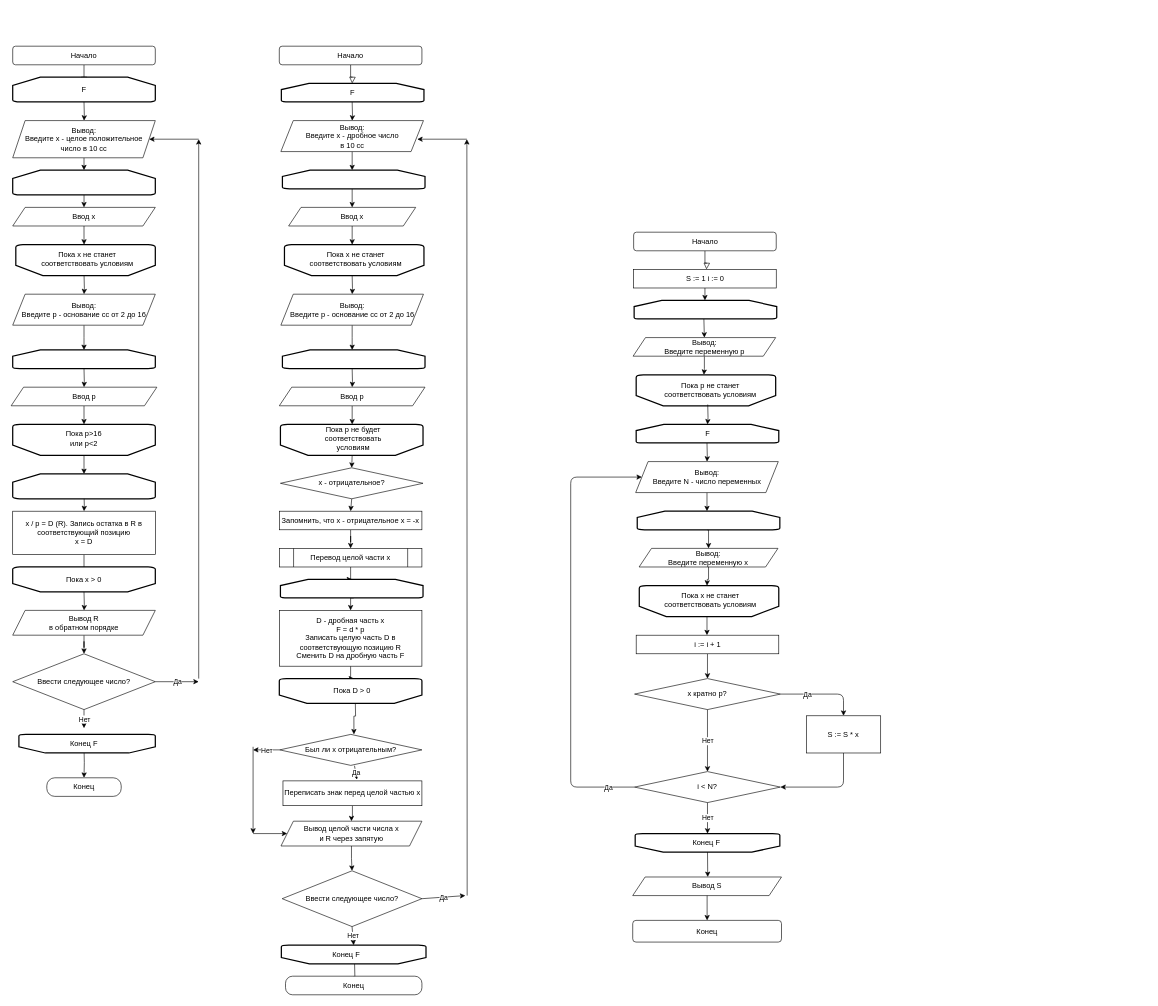
Before: Untitled Diagram.drawio in FreemanBel/inviter, a draw.io diagram. Source tidied: cells renumbered, new cells numbered last; positions are measured from the earlier drawing's top-left corner, leaving out a move shared by most shapes. Both pictures are drawn from the tidied source at 62%, with x=0, y=0 at pixel (11, 46).
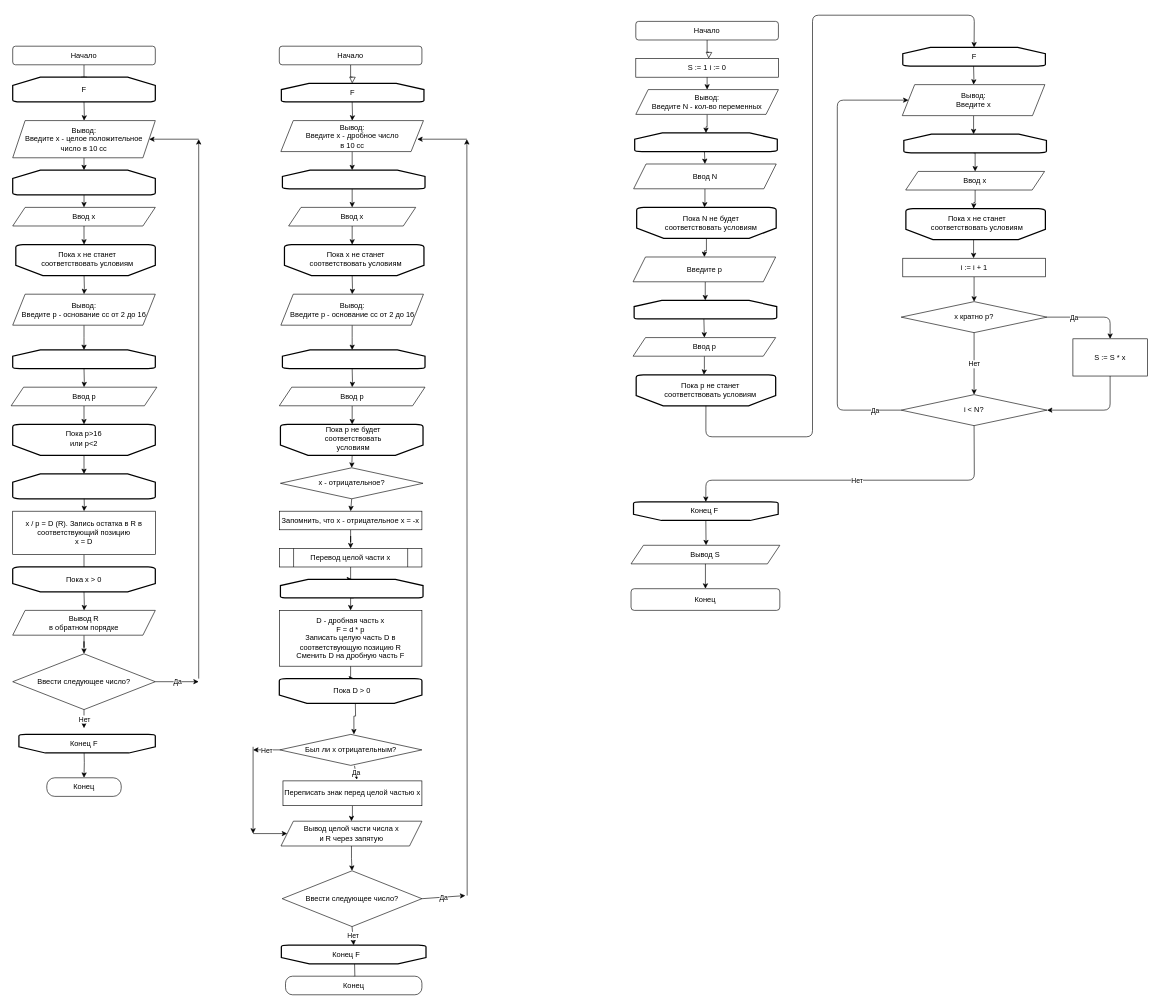
The same diagram, later.

Unchanged cells that the change refers to:
```xml
<mxCell id="119" style="strokeWidth=2;html=1;shape=mxgraph.flowchart.loop_limit;whiteSpace=wrap;" parent="1" vertex="1">
  <mxGeometry x="1004.3" y="410" width="230" height="30" as="geometry" />
</mxCell>
<mxCell id="120" style="strokeWidth=2;html=1;shape=mxgraph.flowchart.loop_limit;whiteSpace=wrap;rotation=-180;" parent="1" vertex="1">
  <mxGeometry x="1007.6" y="530" width="225" height="50" as="geometry" />
</mxCell>
```

The edit, as a diff of the source:
```diff
@@
     <mxCell id="101" style="rounded=0;html=1;jettySize=auto;fontSize=11;endArrow=block;endFill=0;endSize=8;strokeWidth=1;shadow=0;labelBackgroundColor=none;edgeStyle=orthogonalEdgeStyle;entryX=0.5;entryY=0;entryDx=0;entryDy=0;" parent="1" edge="1" source="102">
       <mxGeometry relative="1" as="geometry">
-        <mxPoint x="1121" y="360" as="targetPoint" />
+        <mxPoint x="1124.5" y="20" as="targetPoint" />
       </mxGeometry>
     </mxCell>
     <mxCell id="102" value="Начало" style="rounded=1;whiteSpace=wrap;html=1;fontSize=12;glass=0;strokeWidth=1;shadow=0;" parent="1" vertex="1">
-      <mxGeometry x="1003.5" y="300" width="230" height="30" as="geometry" />
+      <mxGeometry x="1007" y="-40" width="230" height="30" as="geometry" />
     </mxCell>
     <mxCell id="103" style="edgeStyle=orthogonalEdgeStyle;rounded=0;jettySize=auto;html=1;" parent="1" edge="1" target="109">
       <mxGeometry relative="1" as="geometry">
-        <mxPoint x="1121.8" y="640" as="sourcePoint" />
+        <mxPoint x="1551.8" y="32" as="sourcePoint" />
       </mxGeometry>
     </mxCell>
     <mxCell id="104" style="edgeStyle=orthogonalEdgeStyle;rounded=0;jettySize=auto;html=1;entryX=0.5;entryY=0;entryDx=0;entryDy=0;" parent="1" edge="1" target="106">
       <mxGeometry relative="1" as="geometry">
-        <mxPoint x="1121.8" y="780" as="sourcePoint" />
+        <mxPoint x="1551.8" y="172" as="sourcePoint" />
       </mxGeometry>
     </mxCell>
     <mxCell id="105" style="edgeStyle=orthogonalEdgeStyle;rounded=0;jettySize=auto;html=1;" parent="1" edge="1" source="106">
       <mxGeometry relative="1" as="geometry">
-        <mxPoint x="1121.8" y="870" as="targetPoint" />
+        <mxPoint x="1551.8" y="262" as="targetPoint" />
       </mxGeometry>
     </mxCell>
-    <mxCell id="106" value="Вывод:&lt;br&gt;Введите переменную x" style="shape=parallelogram;perimeter=parallelogramPerimeter;whiteSpace=wrap;html=1;fixedSize=1;" parent="1" vertex="1">
-      <mxGeometry x="1012.3" y="810" width="224" height="30" as="geometry" />
+    <mxCell id="106" value="Ввод x" style="shape=parallelogram;perimeter=parallelogramPerimeter;whiteSpace=wrap;html=1;fixedSize=1;" parent="1" vertex="1">
+      <mxGeometry x="1442.3" y="202" width="224" height="30" as="geometry" />
     </mxCell>
     <mxCell id="107" style="edgeStyle=orthogonalEdgeStyle;rounded=0;orthogonalLoop=1;jettySize=auto;html=1;" parent="1" edge="1">
       <mxGeometry relative="1" as="geometry">
-        <mxPoint x="1121.8" y="920" as="sourcePoint" />
-        <mxPoint x="1121.8" y="950" as="targetPoint" />
+        <mxPoint x="1551.8" y="312" as="sourcePoint" />
+        <mxPoint x="1551.8" y="342" as="targetPoint" />
       </mxGeometry>
     </mxCell>
     <mxCell id="108" style="edgeStyle=orthogonalEdgeStyle;rounded=0;jettySize=auto;html=1;entryX=0.5;entryY=0;entryDx=0;entryDy=0;" parent="1" edge="1" source="109">
       <mxGeometry relative="1" as="geometry">
-        <mxPoint x="1121.8" y="750" as="targetPoint" />
+        <mxPoint x="1551.8" y="142" as="targetPoint" />
       </mxGeometry>
     </mxCell>
-    <mxCell id="109" value="Вывод:&lt;br&gt;&lt;div&gt;Введите N - число переменных&lt;br&gt;&lt;/div&gt;" style="shape=parallelogram;perimeter=parallelogramPerimeter;whiteSpace=wrap;html=1;fixedSize=1;" parent="1" vertex="1">
-      <mxGeometry x="1006.8" y="670" width="230" height="50" as="geometry" />
+    <mxCell id="109" value="Вывод:&lt;br&gt;&lt;div&gt;Введите x&lt;br&gt;&lt;/div&gt;" style="shape=parallelogram;perimeter=parallelogramPerimeter;whiteSpace=wrap;html=1;fixedSize=1;" parent="1" vertex="1">
+      <mxGeometry x="1436.8" y="62" width="230" height="50" as="geometry" />
     </mxCell>
     <mxCell id="110" value="F" style="strokeWidth=2;html=1;shape=mxgraph.flowchart.loop_limit;whiteSpace=wrap;" parent="1" vertex="1">
-      <mxGeometry x="1007.6" y="610" width="230" height="30" as="geometry" />
+      <mxGeometry x="1437.6" y="2" width="230" height="30" as="geometry" />
     </mxCell>
     <mxCell id="111" style="strokeWidth=2;html=1;shape=mxgraph.flowchart.loop_limit;whiteSpace=wrap;" parent="1" vertex="1">
-      <mxGeometry x="1009.3" y="750" width="230" height="30" as="geometry" />
+      <mxGeometry x="1439.3" y="142" width="230" height="30" as="geometry" />
     </mxCell>
     <mxCell id="112" style="strokeWidth=2;html=1;shape=mxgraph.flowchart.loop_limit;whiteSpace=wrap;rotation=-180;" parent="1" vertex="1">
-      <mxGeometry x="1012.6" y="870" width="225" height="50" as="geometry" />
+      <mxGeometry x="1442.6" y="262" width="225" height="50" as="geometry" />
     </mxCell>
     <mxCell id="113" value="Пока x не станет соответствовать условиям" style="text;html=1;strokeColor=none;fillColor=none;align=center;verticalAlign=middle;whiteSpace=wrap;rounded=0;" parent="1" vertex="1">
-      <mxGeometry x="1045.1" y="870" width="165" height="45" as="geometry" />
+      <mxGeometry x="1475.1" y="262" width="165" height="45" as="geometry" />
     </mxCell>
-    <mxCell id="114" style="edgeStyle=orthogonalEdgeStyle;rounded=0;jettySize=auto;html=1;" parent="1" edge="1" source="115" target="119">
+    <mxCell id="114" style="edgeStyle=orthogonalEdgeStyle;rounded=0;jettySize=auto;html=1;" parent="1" edge="1" source="150" target="119">
       <mxGeometry relative="1" as="geometry">
         <Array as="points">
           <mxPoint x="1119" y="400" />
           <mxPoint x="1119" y="400" />
         </Array>
       </mxGeometry>
     </mxCell>
     <mxCell id="115" value="S := 1 i := 0" style="rounded=0;whiteSpace=wrap;html=1;" parent="1" vertex="1">
-      <mxGeometry x="1003.5" y="360" width="230" height="30" as="geometry" />
+      <mxGeometry x="1007" y="20" width="230" height="30" as="geometry" />
     </mxCell>
@@
-    <mxCell id="118" value="Вывод:&lt;br&gt;Введите переменную p" style="shape=parallelogram;perimeter=parallelogramPerimeter;whiteSpace=wrap;html=1;fixedSize=1;" parent="1" vertex="1">
+    <mxCell id="118" value="Ввод p" style="shape=parallelogram;perimeter=parallelogramPerimeter;whiteSpace=wrap;html=1;fixedSize=1;" parent="1" vertex="1">
       <mxGeometry x="1002.6" y="470" width="230" height="30" as="geometry" />
     </mxCell>
@@
-    <mxCell id="121" style="edgeStyle=orthogonalEdgeStyle;rounded=0;jettySize=auto;html=1;" parent="1" edge="1" target="110">
-      <mxGeometry relative="1" as="geometry">
-        <mxPoint x="1123" y="578" as="sourcePoint" />
-      </mxGeometry>
-    </mxCell>
@@
     <mxCell id="124" value="i := i + 1" style="rounded=0;whiteSpace=wrap;html=1;" parent="1" vertex="1">
-      <mxGeometry x="1007.6" y="950" width="230" height="30" as="geometry" />
+      <mxGeometry x="1437.6" y="342" width="230" height="30" as="geometry" />
     </mxCell>
     <mxCell id="125" value="x кратно p?" style="rhombus;whiteSpace=wrap;html=1;" parent="1" vertex="1">
-      <mxGeometry x="1005" y="1020" width="235.2" height="50" as="geometry" />
+      <mxGeometry x="1435" y="412" width="235.2" height="50" as="geometry" />
     </mxCell>
     <mxCell id="126" style="endArrow=classic;html=1;exitX=1;exitY=0.5;exitDx=0;exitDy=0;" parent="1" edge="1" source="125">
       <mxGeometry relative="1" as="geometry">
-        <mxPoint x="1342" y="1080" as="targetPoint" />
+        <mxPoint x="1772" y="472" as="targetPoint" />
         <Array as="points">
-          <mxPoint x="1342" y="1045" />
+          <mxPoint x="1772" y="437" />
         </Array>
       </mxGeometry>
     </mxCell>
@@
     <mxCell id="128" value="S := S * x" style="rounded=0;whiteSpace=wrap;html=1;" parent="1" vertex="1">
-      <mxGeometry x="1282" y="1080" width="120" height="60" as="geometry" />
+      <mxGeometry x="1712" y="472" width="120" height="60" as="geometry" />
     </mxCell>
     <mxCell id="129" value="i &amp;lt; N?" style="rhombus;whiteSpace=wrap;html=1;" parent="1" vertex="1">
-      <mxGeometry x="1005" y="1170" width="235.2" height="50" as="geometry" />
+      <mxGeometry x="1435" y="562" width="235.2" height="50" as="geometry" />
     </mxCell>
     <mxCell id="130" style="endArrow=classic;html=1;exitX=0.5;exitY=1;exitDx=0;exitDy=0;entryX=1;entryY=0.5;entryDx=0;entryDy=0;" parent="1" edge="1" source="128" target="129">
       <mxGeometry relative="1" as="geometry">
         <Array as="points">
-          <mxPoint x="1342" y="1195" />
+          <mxPoint x="1772" y="587" />
         </Array>
       </mxGeometry>
     </mxCell>
@@
     <mxCell id="133" style="endArrow=classic;html=1;exitX=0;exitY=0.5;exitDx=0;exitDy=0;entryX=0;entryY=0.5;entryDx=0;entryDy=0;" parent="1" edge="1" source="129" target="109">
       <mxGeometry relative="1" as="geometry">
         <Array as="points">
-          <mxPoint x="902" y="1195" />
-          <mxPoint x="902" y="695" />
+          <mxPoint x="1332" y="587" />
+          <mxPoint x="1332" y="87" />
         </Array>
       </mxGeometry>
     </mxCell>
@@
     <mxCell id="135" style="strokeWidth=2;html=1;shape=mxgraph.flowchart.loop_limit;whiteSpace=wrap;rotation=-180;" parent="1" vertex="1">
-      <mxGeometry x="1006" y="1270" width="233.3" height="30" as="geometry" />
+      <mxGeometry x="1003.3" y="735" width="233.3" height="30" as="geometry" />
     </mxCell>
     <mxCell id="136" value="Конец F" style="text;html=1;strokeColor=none;fillColor=none;align=center;verticalAlign=middle;whiteSpace=wrap;rounded=0;" parent="1" vertex="1">
-      <mxGeometry x="1091" y="1275" width="60" height="20" as="geometry" />
+      <mxGeometry x="1088.4" y="740" width="60" height="20" as="geometry" />
     </mxCell>
     <mxCell id="137" style="endArrow=classic;html=1;exitX=0.5;exitY=1;exitDx=0;exitDy=0;entryX=0.5;entryY=1;entryDx=0;entryDy=0;entryPerimeter=0;" parent="1" edge="1" source="129" target="135">
-      <mxGeometry relative="1" as="geometry" />
+      <mxGeometry relative="1" as="geometry">
+        <Array as="points">
+          <mxPoint x="1553" y="700" />
+          <mxPoint x="1120" y="700" />
+        </Array>
+      </mxGeometry>
     </mxCell>
@@
     <mxCell id="139" value="Конец" style="rounded=1;whiteSpace=wrap;html=1;" parent="1" vertex="1">
-      <mxGeometry x="1002" y="1410" width="240" height="35" as="geometry" />
+      <mxGeometry x="999.3" y="875" width="240" height="35" as="geometry" />
     </mxCell>
     <mxCell id="140" style="endArrow=classic;html=1;exitX=0.5;exitY=0;exitDx=0;exitDy=0;exitPerimeter=0;" parent="1" edge="1" source="135">
       <mxGeometry relative="1" as="geometry">
-        <mxPoint x="1123" y="1340" as="targetPoint" />
+        <mxPoint x="1120.3" y="805" as="targetPoint" />
       </mxGeometry>
     </mxCell>
     <mxCell id="141" value="Вывод S" style="shape=parallelogram;perimeter=parallelogramPerimeter;whiteSpace=wrap;html=1;fixedSize=1;" parent="1" vertex="1">
-      <mxGeometry x="1002" y="1340" width="240" height="30" as="geometry" />
+      <mxGeometry x="999.3" y="805" width="240" height="30" as="geometry" />
     </mxCell>
@@
+    <mxCell id="143" style="edgeStyle=orthogonalEdgeStyle;rounded=0;jettySize=auto;html=1;entryX=0.5;entryY=0;entryDx=0;entryDy=0;" parent="1" edge="1" target="145">
+      <mxGeometry relative="1" as="geometry">
+        <mxPoint x="1117.7" y="170" as="sourcePoint" />
+      </mxGeometry>
+    </mxCell>
+    <mxCell id="144" style="edgeStyle=orthogonalEdgeStyle;rounded=0;jettySize=auto;html=1;" parent="1" edge="1" source="145">
+      <mxGeometry relative="1" as="geometry">
+        <mxPoint x="1117.7" y="260" as="targetPoint" />
+      </mxGeometry>
+    </mxCell>
+    <mxCell id="145" value="Ввод N" style="shape=parallelogram;perimeter=parallelogramPerimeter;whiteSpace=wrap;html=1;fixedSize=1;" parent="1" vertex="1">
+      <mxGeometry x="1003.5" y="190" width="230" height="40" as="geometry" />
+    </mxCell>
+    <mxCell id="146" style="strokeWidth=2;html=1;shape=mxgraph.flowchart.loop_limit;whiteSpace=wrap;" parent="1" vertex="1">
+      <mxGeometry x="1005.2" y="140" width="230" height="30" as="geometry" />
+    </mxCell>
+    <mxCell id="147" style="strokeWidth=2;html=1;shape=mxgraph.flowchart.loop_limit;whiteSpace=wrap;rotation=-180;" parent="1" vertex="1">
+      <mxGeometry x="1008.4" y="260" width="225" height="50" as="geometry" />
+    </mxCell>
+    <mxCell id="148" style="edgeStyle=orthogonalEdgeStyle;rounded=0;jettySize=auto;html=1;exitX=0.5;exitY=0;exitDx=0;exitDy=0;exitPerimeter=0;" parent="1" edge="1" source="147" target="150">
+      <mxGeometry relative="1" as="geometry" />
+    </mxCell>
+    <mxCell id="149" value="Пока N не будет соответствовать условиям" style="text;html=1;strokeColor=none;fillColor=none;align=center;verticalAlign=middle;whiteSpace=wrap;rounded=0;" parent="1" vertex="1">
+      <mxGeometry x="1045.9" y="262.5" width="165" height="45" as="geometry" />
+    </mxCell>
+    <mxCell id="150" value="Введите p" style="shape=parallelogram;perimeter=parallelogramPerimeter;whiteSpace=wrap;html=1;fixedSize=1;" parent="1" vertex="1">
+      <mxGeometry x="1002.6" y="340" width="230" height="40" as="geometry" />
+    </mxCell>
+    <mxCell id="151" style="edgeStyle=orthogonalEdgeStyle;rounded=0;jettySize=auto;html=1;" parent="1" edge="1" source="152" target="146">
+      <mxGeometry relative="1" as="geometry" />
+    </mxCell>
+    <mxCell id="152" value="Вывод:&lt;br&gt;Введите N - кол-во переменных" style="shape=parallelogram;perimeter=parallelogramPerimeter;whiteSpace=wrap;html=1;fixedSize=1;" parent="1" vertex="1">
+      <mxGeometry x="1007" y="70" width="230" height="40" as="geometry" />
+    </mxCell>
+    <mxCell id="153" style="endArrow=classic;html=1;exitX=0.5;exitY=1;exitDx=0;exitDy=0;" parent="1" edge="1" source="115" target="152">
+      <mxGeometry relative="1" as="geometry" />
+    </mxCell>
+    <mxCell id="154" style="endArrow=classic;html=1;entryX=0.5;entryY=0;entryDx=0;entryDy=0;entryPerimeter=0;exitX=0.5;exitY=0;exitDx=0;exitDy=0;exitPerimeter=0;" parent="1" edge="1" source="120" target="110">
+      <mxGeometry relative="1" as="geometry">
+        <Array as="points">
+          <mxPoint x="1120" y="630" />
+          <mxPoint x="1292" y="630" />
+          <mxPoint x="1292" y="-50" />
+          <mxPoint x="1553" y="-50" />
+        </Array>
+      </mxGeometry>
+    </mxCell>
```
